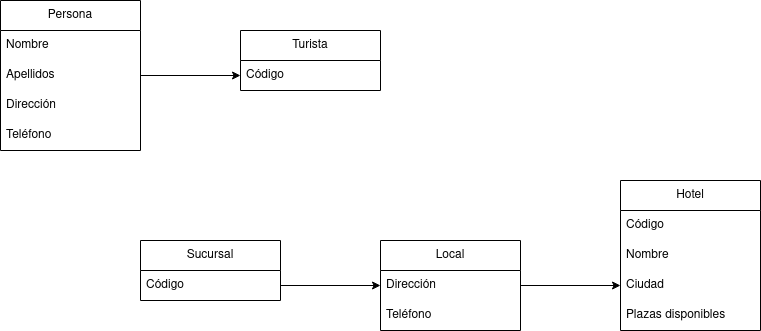
Before: Tema 5. Diagramas de clase/Tarea 2. Agencia viajes/img/AgenciaViajes.drawio.png, a diagram exported from draw.io (colidom/ets). Source tidied: cells renumbered, new cells last; positions are measured from the earlier drawing's top-left corner, leaving out a move shared by most shapes.
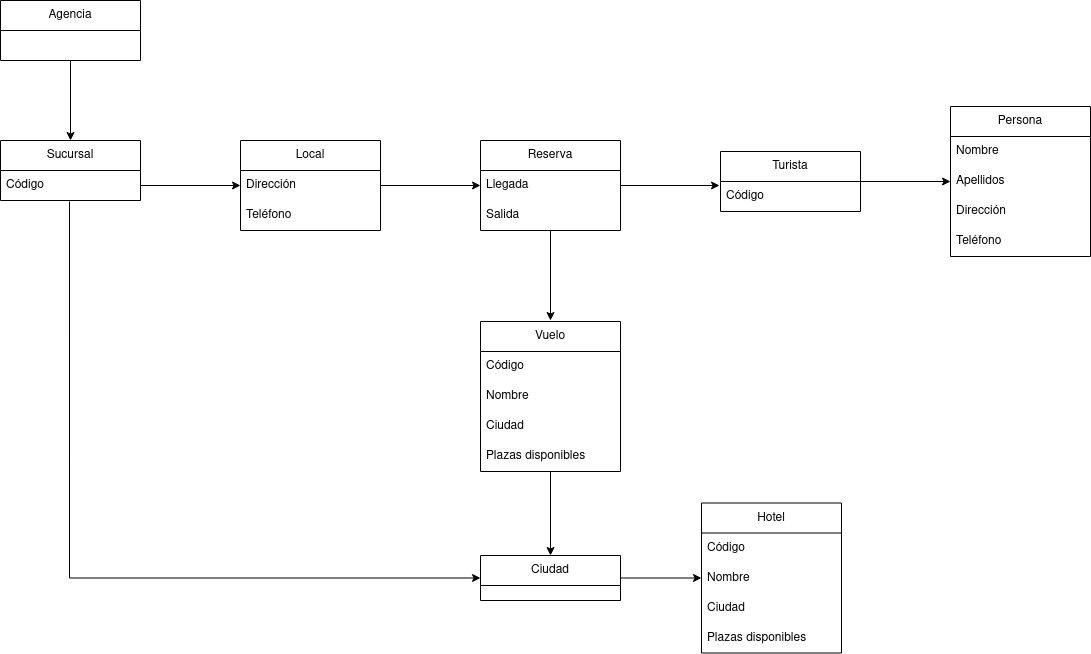
Later version of the same file.

Change to the diagram source:
```diff
@@ -2,29 +2,17 @@
   <root>
     <mxCell id="0" />
     <mxCell id="1" parent="0" />
+    <mxCell id="22" style="edgeStyle=orthogonalEdgeStyle;rounded=0;jettySize=auto;html=1;startArrow=none;startFill=0;endArrow=classic;endFill=1;entryX=0;entryY=0.5;entryDx=0;entryDy=0;exitX=0.493;exitY=1.033;exitDx=0;exitDy=0;exitPerimeter=0;" parent="1" edge="1" source="3" target="41">
+      <mxGeometry relative="1" as="geometry" />
+    </mxCell>
     <mxCell id="2" value="&lt;div&gt;Sucursal&lt;/div&gt;" style="swimlane;fontStyle=0;horizontal=1;startSize=30;whiteSpace=wrap;html=1;" parent="1" vertex="1">
-      <mxGeometry x="140" y="240" width="140" height="60" as="geometry" />
+      <mxGeometry x="-20" y="390" width="140" height="60" as="geometry" />
     </mxCell>
     <mxCell id="3" value="Código" style="text;strokeColor=none;fillColor=none;align=left;verticalAlign=middle;spacingLeft=4;spacingRight=4;overflow=hidden;points=[[0,0.5],[1,0.5]];portConstraint=eastwest;whiteSpace=wrap;html=1;" parent="2" vertex="1">
       <mxGeometry y="30" width="140" height="30" as="geometry" />
     </mxCell>
-    <mxCell id="4" value="Hotel" style="swimlane;fontStyle=0;horizontal=1;startSize=30;whiteSpace=wrap;html=1;" parent="1" vertex="1">
-      <mxGeometry x="620" y="180" width="140" height="150" as="geometry" />
-    </mxCell>
-    <mxCell id="5" value="Código" style="text;strokeColor=none;fillColor=none;align=left;verticalAlign=middle;spacingLeft=4;spacingRight=4;overflow=hidden;whiteSpace=wrap;html=1;" parent="4" vertex="1">
-      <mxGeometry y="30" width="140" height="30" as="geometry" />
-    </mxCell>
-    <mxCell id="6" value="Nombre" style="text;strokeColor=none;fillColor=none;align=left;verticalAlign=middle;spacingLeft=4;spacingRight=4;overflow=hidden;whiteSpace=wrap;html=1;" parent="4" vertex="1">
-      <mxGeometry y="60" width="140" height="30" as="geometry" />
-    </mxCell>
-    <mxCell id="7" value="Ciudad" style="text;strokeColor=none;fillColor=none;align=left;verticalAlign=middle;spacingLeft=4;spacingRight=4;overflow=hidden;points=[[0,0.5],[1,0.5]];portConstraint=eastwest;whiteSpace=wrap;html=1;" parent="4" vertex="1">
-      <mxGeometry y="90" width="140" height="30" as="geometry" />
-    </mxCell>
-    <mxCell id="8" value="Plazas disponibles" style="text;strokeColor=none;fillColor=none;align=left;verticalAlign=middle;spacingLeft=4;spacingRight=4;overflow=hidden;whiteSpace=wrap;html=1;" parent="4" vertex="1">
-      <mxGeometry y="120" width="140" height="30" as="geometry" />
-    </mxCell>
     <mxCell id="9" value="&lt;div&gt;Persona&lt;/div&gt;" style="swimlane;fontStyle=0;horizontal=1;startSize=30;whiteSpace=wrap;html=1;" parent="1" vertex="1">
-      <mxGeometry width="140" height="150" as="geometry" />
+      <mxGeometry x="930" y="356" width="140" height="150" as="geometry" />
     </mxCell>
     <mxCell id="10" value="Nombre" style="text;strokeColor=none;fillColor=none;align=left;verticalAlign=middle;spacingLeft=4;spacingRight=4;overflow=hidden;whiteSpace=wrap;html=1;" parent="9" vertex="1">
       <mxGeometry y="30" width="140" height="30" as="geometry" />
@@ -39,16 +27,16 @@
       <mxGeometry y="120" width="140" height="30" as="geometry" />
     </mxCell>
     <mxCell id="14" value="Turista" style="swimlane;fontStyle=0;horizontal=1;startSize=30;whiteSpace=wrap;html=1;" parent="1" vertex="1">
-      <mxGeometry x="240" y="30" width="140" height="60" as="geometry" />
+      <mxGeometry x="700" y="401" width="140" height="60" as="geometry" />
     </mxCell>
     <mxCell id="15" value="Código" style="text;strokeColor=none;fillColor=none;align=left;verticalAlign=middle;spacingLeft=4;spacingRight=4;overflow=hidden;points=[[0,0.5],[1,0.5]];portConstraint=eastwest;whiteSpace=wrap;html=1;" parent="14" vertex="1">
       <mxGeometry y="30" width="140" height="30" as="geometry" />
     </mxCell>
-    <mxCell id="16" style="edgeStyle=orthogonalEdgeStyle;rounded=0;jettySize=auto;html=1;" parent="1" edge="1" source="11" target="15">
+    <mxCell id="16" style="edgeStyle=orthogonalEdgeStyle;rounded=0;jettySize=auto;html=1;entryX=1;entryY=0.5;entryDx=0;entryDy=0;endArrow=none;endFill=0;startArrow=classic;startFill=1;" parent="1" edge="1" source="11" target="14">
       <mxGeometry relative="1" as="geometry" />
     </mxCell>
     <mxCell id="17" value="Local" style="swimlane;fontStyle=0;horizontal=1;startSize=30;whiteSpace=wrap;html=1;" parent="1" vertex="1">
-      <mxGeometry x="380" y="240" width="140" height="90" as="geometry" />
+      <mxGeometry x="220" y="390" width="140" height="90" as="geometry" />
     </mxCell>
     <mxCell id="18" value="Dirección" style="text;strokeColor=none;fillColor=none;align=left;verticalAlign=middle;spacingLeft=4;spacingRight=4;overflow=hidden;points=[[0,0.5],[1,0.5]];portConstraint=eastwest;whiteSpace=wrap;html=1;" parent="17" vertex="1">
       <mxGeometry y="30" width="140" height="30" as="geometry" />
@@ -56,11 +44,75 @@
     <mxCell id="19" value="Teléfono" style="text;strokeColor=none;fillColor=none;align=left;verticalAlign=middle;spacingLeft=4;spacingRight=4;overflow=hidden;whiteSpace=wrap;html=1;" parent="17" vertex="1">
       <mxGeometry y="60" width="140" height="30" as="geometry" />
     </mxCell>
-    <mxCell id="20" style="edgeStyle=orthogonalEdgeStyle;rounded=0;jettySize=auto;html=1;" parent="1" edge="1" source="18" target="7">
-      <mxGeometry relative="1" as="geometry" />
+    <mxCell id="20" style="edgeStyle=orthogonalEdgeStyle;rounded=0;jettySize=auto;html=1;" parent="1" edge="1" source="18">
+      <mxGeometry relative="1" as="geometry">
+        <mxPoint x="460" y="435" as="targetPoint" />
+      </mxGeometry>
     </mxCell>
     <mxCell id="21" style="edgeStyle=orthogonalEdgeStyle;rounded=0;jettySize=auto;html=1;entryX=0;entryY=0.5;entryDx=0;entryDy=0;" parent="1" edge="1" source="3" target="18">
       <mxGeometry relative="1" as="geometry" />
     </mxCell>
+    <mxCell id="23" style="edgeStyle=orthogonalEdgeStyle;rounded=0;jettySize=auto;html=1;" parent="1" edge="1" source="24" target="2">
+      <mxGeometry relative="1" as="geometry" />
+    </mxCell>
+    <mxCell id="24" value="Agencia" style="swimlane;fontStyle=0;horizontal=1;startSize=30;whiteSpace=wrap;html=1;" parent="1" vertex="1">
+      <mxGeometry x="-20" y="250" width="140" height="60" as="geometry" />
+    </mxCell>
+    <mxCell id="4" value="Hotel" style="swimlane;fontStyle=0;horizontal=1;startSize=30;whiteSpace=wrap;html=1;" parent="1" vertex="1">
+      <mxGeometry x="681" y="752.5" width="140" height="150" as="geometry" />
+    </mxCell>
+    <mxCell id="25" value="Código" style="text;strokeColor=none;fillColor=none;align=left;verticalAlign=middle;spacingLeft=4;spacingRight=4;overflow=hidden;whiteSpace=wrap;html=1;" parent="4" vertex="1">
+      <mxGeometry y="30" width="140" height="30" as="geometry" />
+    </mxCell>
+    <mxCell id="26" value="Nombre" style="text;strokeColor=none;fillColor=none;align=left;verticalAlign=middle;spacingLeft=4;spacingRight=4;overflow=hidden;points=[[0,0.5],[1,0.5]];portConstraint=eastwest;whiteSpace=wrap;html=1;" parent="4" vertex="1">
+      <mxGeometry y="60" width="140" height="30" as="geometry" />
+    </mxCell>
+    <mxCell id="27" value="Ciudad" style="text;strokeColor=none;fillColor=none;align=left;verticalAlign=middle;spacingLeft=4;spacingRight=4;overflow=hidden;whiteSpace=wrap;html=1;" parent="4" vertex="1">
+      <mxGeometry y="90" width="140" height="30" as="geometry" />
+    </mxCell>
+    <mxCell id="28" value="Plazas disponibles" style="text;strokeColor=none;fillColor=none;align=left;verticalAlign=middle;spacingLeft=4;spacingRight=4;overflow=hidden;whiteSpace=wrap;html=1;" parent="4" vertex="1">
+      <mxGeometry y="120" width="140" height="30" as="geometry" />
+    </mxCell>
+    <mxCell id="29" style="edgeStyle=orthogonalEdgeStyle;rounded=0;jettySize=auto;html=1;" parent="1" edge="1" source="30">
+      <mxGeometry relative="1" as="geometry">
+        <mxPoint x="530" y="570" as="targetPoint" />
+      </mxGeometry>
+    </mxCell>
+    <mxCell id="30" value="Reserva" style="swimlane;fontStyle=0;horizontal=1;startSize=30;whiteSpace=wrap;html=1;" parent="1" vertex="1">
+      <mxGeometry x="460" y="390" width="140" height="90" as="geometry" />
+    </mxCell>
+    <mxCell id="31" value="Llegada&lt;span style=&quot;white-space: pre;&quot;&gt;&#9;&lt;/span&gt;" style="text;strokeColor=none;fillColor=none;align=left;verticalAlign=middle;spacingLeft=4;spacingRight=4;overflow=hidden;points=[[0,0.5],[1,0.5]];portConstraint=eastwest;whiteSpace=wrap;html=1;" parent="30" vertex="1">
+      <mxGeometry y="30" width="140" height="30" as="geometry" />
+    </mxCell>
+    <mxCell id="32" value="Salida" style="text;strokeColor=none;fillColor=none;align=left;verticalAlign=middle;spacingLeft=4;spacingRight=4;overflow=hidden;whiteSpace=wrap;html=1;" parent="30" vertex="1">
+      <mxGeometry y="60" width="140" height="30" as="geometry" />
+    </mxCell>
+    <mxCell id="33" style="edgeStyle=orthogonalEdgeStyle;rounded=0;jettySize=auto;html=1;entryX=1;entryY=0.5;entryDx=0;entryDy=0;endArrow=none;endFill=0;startArrow=classic;startFill=1;exitX=-0.007;exitY=0.133;exitDx=0;exitDy=0;exitPerimeter=0;" parent="1" edge="1" source="15" target="31">
+      <mxGeometry relative="1" as="geometry" />
+    </mxCell>
+    <mxCell id="34" style="edgeStyle=orthogonalEdgeStyle;rounded=0;jettySize=auto;html=1;startArrow=none;startFill=0;endArrow=classic;endFill=1;entryX=0.5;entryY=0;entryDx=0;entryDy=0;" parent="1" edge="1" source="35" target="41">
+      <mxGeometry relative="1" as="geometry" />
+    </mxCell>
+    <mxCell id="35" value="Vuelo" style="swimlane;fontStyle=0;horizontal=1;startSize=30;whiteSpace=wrap;html=1;" parent="1" vertex="1">
+      <mxGeometry x="460" y="571" width="140" height="150" as="geometry" />
+    </mxCell>
+    <mxCell id="36" value="Código" style="text;strokeColor=none;fillColor=none;align=left;verticalAlign=middle;spacingLeft=4;spacingRight=4;overflow=hidden;whiteSpace=wrap;html=1;" parent="35" vertex="1">
+      <mxGeometry y="30" width="140" height="30" as="geometry" />
+    </mxCell>
+    <mxCell id="37" value="Nombre" style="text;strokeColor=none;fillColor=none;align=left;verticalAlign=middle;spacingLeft=4;spacingRight=4;overflow=hidden;whiteSpace=wrap;html=1;" parent="35" vertex="1">
+      <mxGeometry y="60" width="140" height="30" as="geometry" />
+    </mxCell>
+    <mxCell id="38" value="Ciudad" style="text;strokeColor=none;fillColor=none;align=left;verticalAlign=middle;spacingLeft=4;spacingRight=4;overflow=hidden;whiteSpace=wrap;html=1;" parent="35" vertex="1">
+      <mxGeometry y="90" width="140" height="30" as="geometry" />
+    </mxCell>
+    <mxCell id="39" value="Plazas disponibles" style="text;strokeColor=none;fillColor=none;align=left;verticalAlign=middle;spacingLeft=4;spacingRight=4;overflow=hidden;whiteSpace=wrap;html=1;" parent="35" vertex="1">
+      <mxGeometry y="120" width="140" height="30" as="geometry" />
+    </mxCell>
+    <mxCell id="40" style="edgeStyle=orthogonalEdgeStyle;rounded=0;jettySize=auto;html=1;startArrow=none;startFill=0;endArrow=classic;endFill=1;entryX=0;entryY=0.5;entryDx=0;entryDy=0;" parent="1" edge="1" source="41" target="26">
+      <mxGeometry relative="1" as="geometry" />
+    </mxCell>
+    <mxCell id="41" value="Ciudad" style="swimlane;fontStyle=0;horizontal=1;startSize=30;whiteSpace=wrap;html=1;" parent="1" vertex="1">
+      <mxGeometry x="460" y="805" width="140" height="45" as="geometry" />
+    </mxCell>
   </root>
 </mxGraphModel>
```
